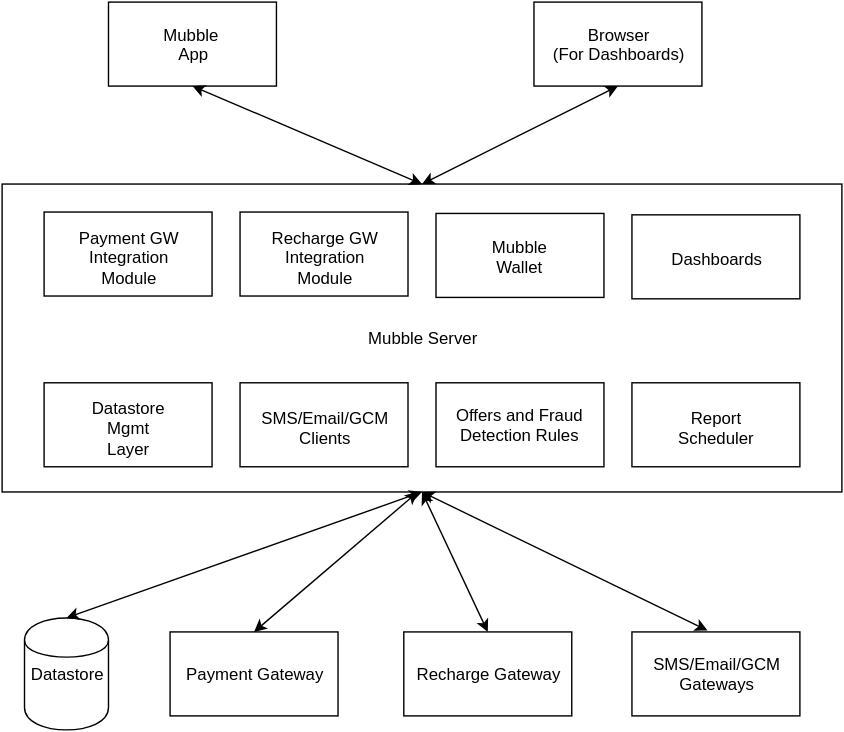
Above: images/selfRechargeArchitecture.svg in amitmalagi/amitmalagi.github.io (draw.io), before the change. Source tidied: cells renumbered, new cells last; positions are measured from the earlier drawing's top-left corner, leaving out a move shared by most shapes. Source of this version:
```xml
<mxGraphModel background="#ffffff">
  <root>
    <mxCell id="0" />
    <mxCell id="1" parent="0" />
    <mxCell id="2" value="Mubble Server" style="whiteSpace=wrap;html=1;strokeWidth=1;" parent="1" vertex="1">
      <mxGeometry y="130" width="600" height="220" as="geometry" />
    </mxCell>
    <mxCell id="3" style="whiteSpace=wrap;html=1;strokeWidth=1;" parent="1" vertex="1">
      <mxGeometry x="30" y="272" width="120" height="60" as="geometry" />
    </mxCell>
    <mxCell id="4" value="Datastore Mgmt Layer" style="text;html=1;strokeColor=none;fillColor=none;align=center;verticalAlign=middle;whiteSpace=wrap;" parent="1" vertex="1">
      <mxGeometry x="70" y="294" width="40" height="20" as="geometry" />
    </mxCell>
    <mxCell id="5" style="whiteSpace=wrap;html=1;strokeWidth=1;" parent="1" vertex="1">
      <mxGeometry x="170" y="272" width="120" height="60" as="geometry" />
    </mxCell>
    <mxCell id="6" value="SMS/Email/GCM&lt;div&gt;Clients&lt;/div&gt;" style="text;html=1;strokeColor=none;fillColor=none;align=center;verticalAlign=middle;whiteSpace=wrap;" parent="1" vertex="1">
      <mxGeometry x="210" y="294" width="40" height="20" as="geometry" />
    </mxCell>
    <mxCell id="7" style="whiteSpace=wrap;html=1;strokeWidth=1;" parent="1" vertex="1">
      <mxGeometry x="310" y="272" width="120" height="60" as="geometry" />
    </mxCell>
    <mxCell id="8" value="Offers and Fraud Detection Rules" style="text;html=1;strokeColor=none;fillColor=none;align=center;verticalAlign=middle;whiteSpace=wrap;" parent="1" vertex="1">
      <mxGeometry x="320" y="292" width="100" height="20" as="geometry" />
    </mxCell>
    <mxCell id="9" style="whiteSpace=wrap;html=1;strokeWidth=1;" parent="1" vertex="1">
      <mxGeometry x="450" y="272" width="120" height="60" as="geometry" />
    </mxCell>
    <mxCell id="10" value="Report&lt;div&gt;Scheduler&lt;/div&gt;" style="text;html=1;strokeColor=none;fillColor=none;align=center;verticalAlign=middle;whiteSpace=wrap;" parent="1" vertex="1">
      <mxGeometry x="490" y="294" width="40" height="20" as="geometry" />
    </mxCell>
    <mxCell id="11" style="whiteSpace=wrap;html=1;strokeWidth=1;" parent="1" vertex="1">
      <mxGeometry x="30" y="150" width="120" height="60" as="geometry" />
    </mxCell>
    <mxCell id="12" value="Payment GW Integration&lt;div&gt;Module&lt;/div&gt;" style="text;html=1;strokeColor=none;fillColor=none;align=center;verticalAlign=middle;whiteSpace=wrap;" parent="1" vertex="1">
      <mxGeometry x="46" y="172" width="90" height="20" as="geometry" />
    </mxCell>
    <mxCell id="13" style="whiteSpace=wrap;html=1;strokeWidth=1;" parent="1" vertex="1">
      <mxGeometry x="170" y="150" width="120" height="60" as="geometry" />
    </mxCell>
    <mxCell id="14" value="Recharge GW Integration&lt;div&gt;Module&lt;/div&gt;" style="text;html=1;strokeColor=none;fillColor=none;align=center;verticalAlign=middle;whiteSpace=wrap;" parent="1" vertex="1">
      <mxGeometry x="186" y="172" width="90" height="20" as="geometry" />
    </mxCell>
    <mxCell id="15" style="whiteSpace=wrap;html=1;strokeWidth=1;" parent="1" vertex="1">
      <mxGeometry x="310" y="151" width="120" height="60" as="geometry" />
    </mxCell>
    <mxCell id="16" value="Mubble Wallet" style="text;html=1;strokeColor=none;fillColor=none;align=center;verticalAlign=middle;whiteSpace=wrap;" parent="1" vertex="1">
      <mxGeometry x="333" y="172" width="74" height="20" as="geometry" />
    </mxCell>
    <mxCell id="17" style="whiteSpace=wrap;html=1;strokeWidth=1;" parent="1" vertex="1">
      <mxGeometry x="450" y="152" width="120" height="60" as="geometry" />
    </mxCell>
    <mxCell id="18" value="Dashboards" style="text;html=1;strokeColor=none;fillColor=none;align=center;verticalAlign=middle;whiteSpace=wrap;" parent="1" vertex="1">
      <mxGeometry x="473" y="173" width="74" height="20" as="geometry" />
    </mxCell>
    <mxCell id="19" value="Mubble&amp;nbsp;&lt;div&gt;App&lt;/div&gt;" style="whiteSpace=wrap;html=1;strokeWidth=1;" parent="1" vertex="1">
      <mxGeometry x="76" width="120" height="60" as="geometry" />
    </mxCell>
    <mxCell id="20" value="Browser&lt;div&gt;(For Dashboards)&lt;/div&gt;" style="whiteSpace=wrap;html=1;strokeWidth=1;" parent="1" vertex="1">
      <mxGeometry x="380" width="120" height="60" as="geometry" />
    </mxCell>
    <mxCell id="21" value="Datastore" style="shape=cylinder;whiteSpace=wrap;html=1;strokeWidth=1;" parent="1" vertex="1">
      <mxGeometry x="16" y="440" width="60" height="80" as="geometry" />
    </mxCell>
    <mxCell id="22" value="Payment Gateway" style="whiteSpace=wrap;html=1;strokeWidth=1;" parent="1" vertex="1">
      <mxGeometry x="120" y="450" width="120" height="60" as="geometry" />
    </mxCell>
    <mxCell id="23" value="Recharge Gateway" style="whiteSpace=wrap;html=1;strokeWidth=1;" parent="1" vertex="1">
      <mxGeometry x="287" y="450" width="120" height="60" as="geometry" />
    </mxCell>
    <mxCell id="24" value="SMS/Email/GCM&lt;div&gt;Gateways&lt;/div&gt;" style="whiteSpace=wrap;html=1;strokeWidth=1;" parent="1" vertex="1">
      <mxGeometry x="450" y="450" width="120" height="60" as="geometry" />
    </mxCell>
    <mxCell id="25" style="endArrow=classic;startArrow=classic;html=1;exitX=0.5;exitY=0;entryX=0.5;entryY=1;" parent="1" edge="1" source="21" target="2">
      <mxGeometry relative="1" as="geometry" />
    </mxCell>
    <mxCell id="26" style="endArrow=classic;startArrow=classic;html=1;exitX=0.5;exitY=0;" parent="1" edge="1" source="22">
      <mxGeometry x="163" y="430" as="geometry">
        <mxPoint x="297" y="350" as="targetPoint" />
      </mxGeometry>
    </mxCell>
    <mxCell id="27" style="endArrow=classic;startArrow=classic;html=1;exitX=0.5;exitY=0;" parent="1" edge="1" source="23">
      <mxGeometry x="173" y="440" as="geometry">
        <mxPoint x="300" y="350" as="targetPoint" />
      </mxGeometry>
    </mxCell>
    <mxCell id="28" style="endArrow=classic;startArrow=classic;html=1;exitX=0.45;exitY=-0.017;exitPerimeter=0;entryX=0.5;entryY=1;" parent="1" edge="1" source="24" target="2">
      <mxGeometry x="183" y="450" as="geometry" />
    </mxCell>
    <mxCell id="29" style="endArrow=classic;startArrow=classic;html=1;entryX=0.5;entryY=0;exitX=0.5;exitY=1;" parent="1" edge="1" source="19" target="2">
      <mxGeometry relative="1" as="geometry" />
    </mxCell>
    <mxCell id="30" style="endArrow=classic;startArrow=classic;html=1;entryX=0.5;entryY=0;exitX=0.5;exitY=1;" parent="1" edge="1" source="20" target="2">
      <mxGeometry x="246" y="140" as="geometry" />
    </mxCell>
  </root>
</mxGraphModel>
```
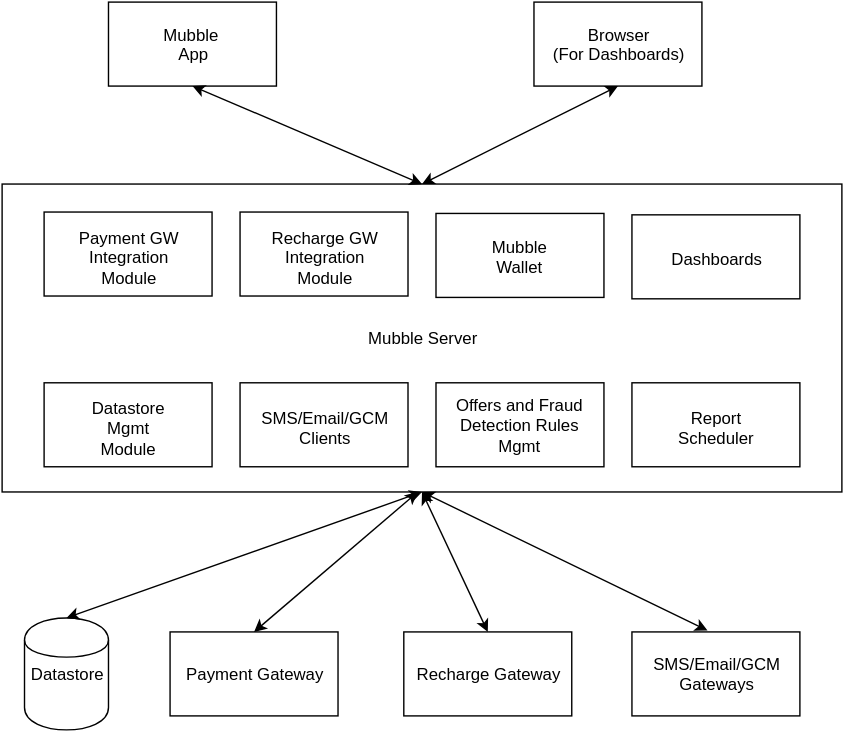
Later version of the same file.

Commit message:
Updated Self Recharge Architecture diagram

The edit, as a diff of the source:
```diff
@@ -8,7 +8,7 @@
     <mxCell id="3" style="whiteSpace=wrap;html=1;strokeWidth=1;" parent="1" vertex="1">
       <mxGeometry x="30" y="272" width="120" height="60" as="geometry" />
     </mxCell>
-    <mxCell id="4" value="Datastore Mgmt Layer" style="text;html=1;strokeColor=none;fillColor=none;align=center;verticalAlign=middle;whiteSpace=wrap;" parent="1" vertex="1">
+    <mxCell id="4" value="Datastore Mgmt Module" style="text;html=1;strokeColor=none;fillColor=none;align=center;verticalAlign=middle;whiteSpace=wrap;" parent="1" vertex="1">
       <mxGeometry x="70" y="294" width="40" height="20" as="geometry" />
     </mxCell>
     <mxCell id="5" style="whiteSpace=wrap;html=1;strokeWidth=1;" parent="1" vertex="1">
@@ -20,7 +20,7 @@
     <mxCell id="7" style="whiteSpace=wrap;html=1;strokeWidth=1;" parent="1" vertex="1">
       <mxGeometry x="310" y="272" width="120" height="60" as="geometry" />
     </mxCell>
-    <mxCell id="8" value="Offers and Fraud Detection Rules" style="text;html=1;strokeColor=none;fillColor=none;align=center;verticalAlign=middle;whiteSpace=wrap;" parent="1" vertex="1">
+    <mxCell id="8" value="Offers and Fraud Detection Rules&lt;div&gt;Mgmt&lt;/div&gt;" style="text;html=1;strokeColor=none;fillColor=none;align=center;verticalAlign=middle;whiteSpace=wrap;" parent="1" vertex="1">
       <mxGeometry x="320" y="292" width="100" height="20" as="geometry" />
     </mxCell>
     <mxCell id="9" style="whiteSpace=wrap;html=1;strokeWidth=1;" parent="1" vertex="1">
```
